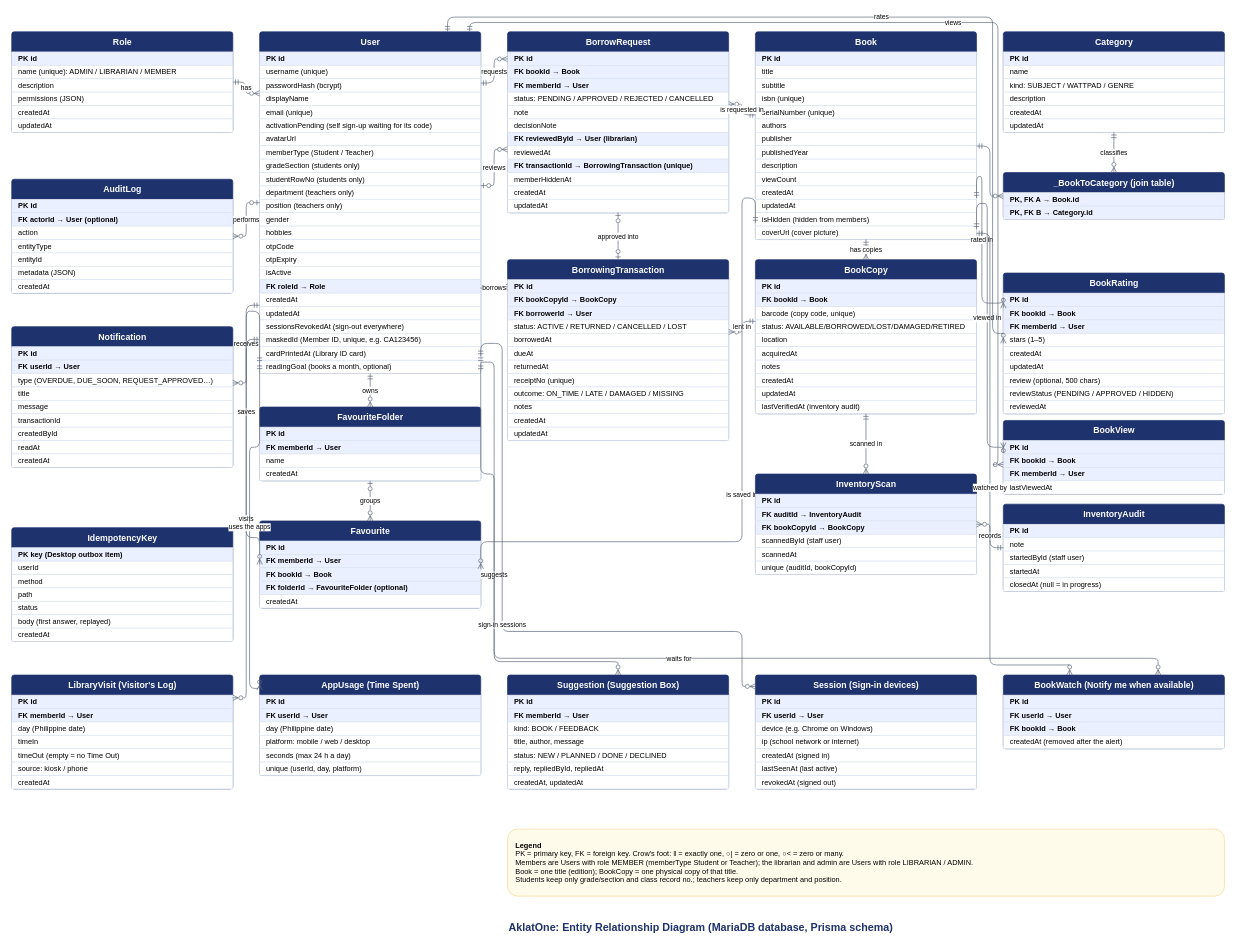
Above: docs/diagrams/AklatOne-ERD.drawio in Flynchmore/TNHS-AklatOne (draw.io), before the change. Source tidied: cells renumbered, new cells numbered last; positions are measured from the earlier drawing's top-left corner, leaving out a move shared by most shapes. Both pictures are drawn from the tidied source at 67%, with x=0, y=0 at pixel (11, 17).
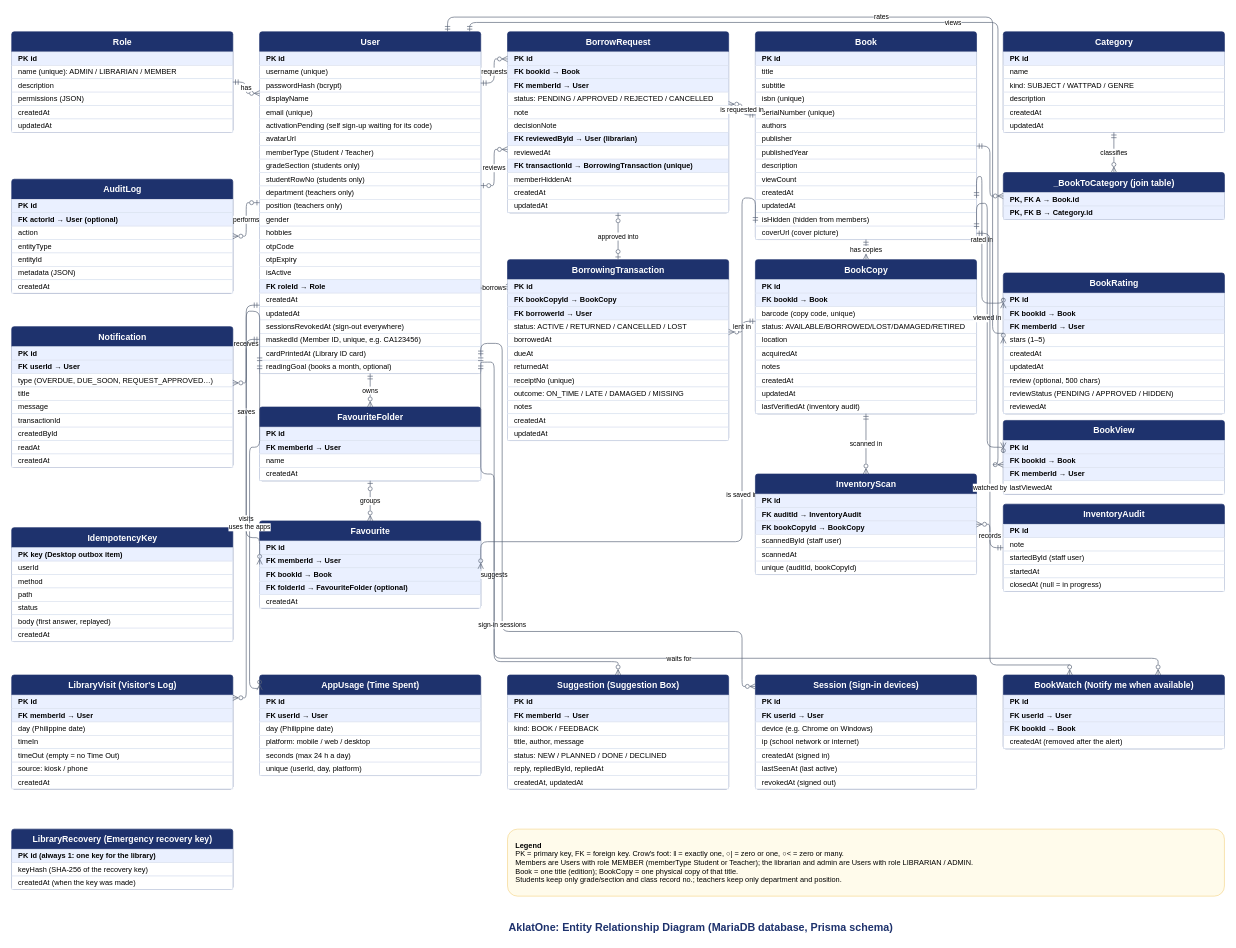
After the change.

The edit, as a diff of the source:
```diff
@@
+    <mxCell id="227" value="LibraryRecovery (Emergency recovery key)" style="swimlane;fontStyle=1;horizontal=1;startSize=30;fillColor=#1E326D;fontColor=#FFFFFF;strokeColor=#1E326D;rounded=1;arcSize=4;fontSize=13;html=1;" parent="1" vertex="1">
+      <mxGeometry y="1212" width="330" height="90" as="geometry" />
+    </mxCell>
+    <mxCell id="228" value="PK  id (always 1: one key for the library)" style="text;strokeColor=#DCE3F0;fillColor=#FFFFFF;align=left;verticalAlign=middle;spacingLeft=8;fontSize=11;html=1;whiteSpace=wrap;fontStyle=1;fillColor=#EAF0FF;" parent="227" vertex="1">
+      <mxGeometry y="30" width="330" height="20" as="geometry" />
+    </mxCell>
+    <mxCell id="229" value="keyHash (SHA-256 of the recovery key)" style="text;strokeColor=#DCE3F0;fillColor=#FFFFFF;align=left;verticalAlign=middle;spacingLeft=8;fontSize=11;html=1;whiteSpace=wrap;" parent="227" vertex="1">
+      <mxGeometry y="50" width="330" height="20" as="geometry" />
+    </mxCell>
+    <mxCell id="230" value="createdAt (when the key was made)" style="text;strokeColor=#DCE3F0;fillColor=#FFFFFF;align=left;verticalAlign=middle;spacingLeft=8;fontSize=11;html=1;whiteSpace=wrap;" parent="227" vertex="1">
+      <mxGeometry y="70" width="330" height="20" as="geometry" />
+    </mxCell>
```
